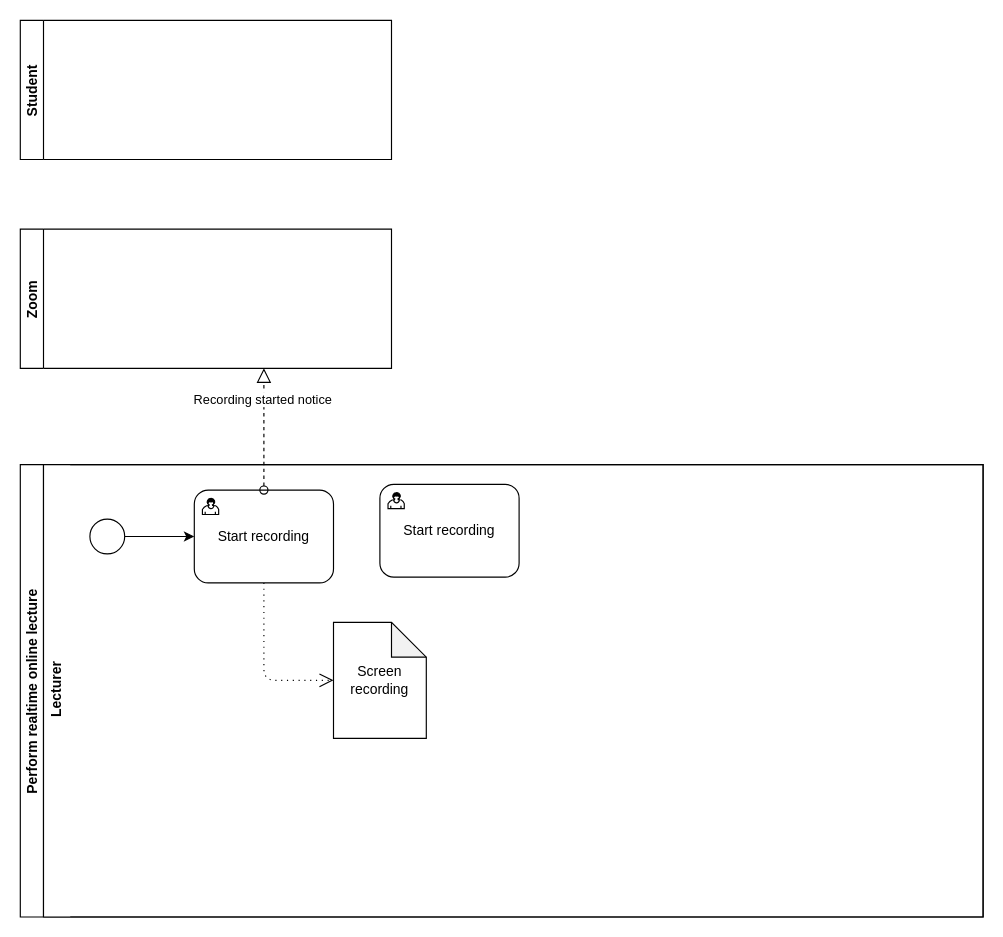
Before: perform_lecture_process_AS_IS.drawio in gullskatten/BPMN-models, a draw.io diagram. Source tidied: cells renumbered, new cells numbered last; positions are measured from the earlier drawing's top-left corner, leaving out a move shared by most shapes. Both pictures are drawn from the tidied source at 116%, with x=0, y=0 at pixel (20, 20).
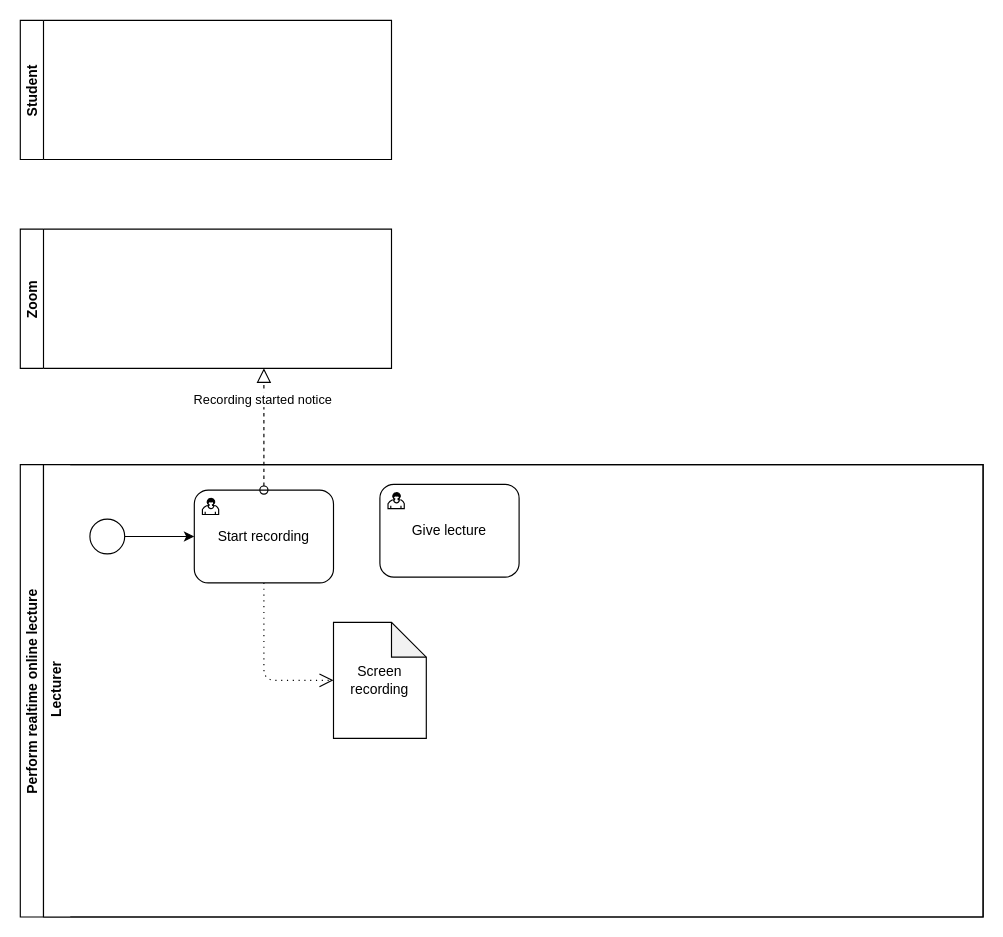
After the change.

What changed in the source:
```diff
@@
 <mxGraphModel background="#ffffff">
   <root>
     <mxCell id="0" />
     <mxCell id="1" parent="0" />
     <mxCell id="2" value="Student" style="swimlane;startSize=20;horizontal=0;" parent="1" vertex="1">
       <mxGeometry width="320" height="120" as="geometry" />
     </mxCell>
     <mxCell id="3" value="Zoom" style="swimlane;startSize=20;horizontal=0;" parent="1" vertex="1">
       <mxGeometry y="180" width="320" height="120" as="geometry" />
     </mxCell>
     <mxCell id="4" value="Perform realtime online lecture" style="swimlane;startSize=20;horizontal=0;" parent="1" vertex="1">
       <mxGeometry y="383" width="830" height="390" as="geometry" />
     </mxCell>
     <mxCell id="5" value="Lecturer" style="swimlane;html=1;horizontal=0;swimlaneLine=0;" parent="4" vertex="1">
       <mxGeometry x="20" width="810" height="390" as="geometry" />
     </mxCell>
     <mxCell id="6" value="Start recording" style="html=1;whiteSpace=wrap;rounded=1;" parent="5" vertex="1">
       <mxGeometry x="130" y="22" width="120" height="80" as="geometry" />
     </mxCell>
     <mxCell id="7" style="html=1;shape=mxgraph.bpmn.user_task;" parent="6" vertex="1">
       <mxGeometry width="14" height="14" relative="1" as="geometry">
         <mxPoint x="7" y="7" as="offset" />
       </mxGeometry>
     </mxCell>
     <mxCell id="8" style="edgeStyle=orthogonalEdgeStyle;rounded=0;jettySize=auto;html=1;entryX=0;entryY=0.5;entryDx=0;entryDy=0;" parent="5" edge="1" source="9" target="6">
       <mxGeometry relative="1" as="geometry" />
     </mxCell>
     <mxCell id="9" style="shape=mxgraph.bpmn.shape;html=1;verticalLabelPosition=bottom;labelBackgroundColor=#ffffff;verticalAlign=top;align=center;perimeter=ellipsePerimeter;outlineConnect=0;outline=standard;symbol=general;" parent="5" vertex="1">
       <mxGeometry x="40" y="47" width="30" height="30" as="geometry" />
     </mxCell>
     <mxCell id="10" value="Screen recording" style="shape=note;whiteSpace=wrap;html=1;backgroundOutline=1;darkOpacity=0.05;" parent="5" vertex="1">
       <mxGeometry x="250" y="136" width="80" height="100" as="geometry" />
     </mxCell>
     <mxCell id="11" style="startArrow=none;startFill=0;startSize=7;endArrow=open;endFill=0;endSize=10;dashed=1;html=1;exitX=0.5;exitY=1;exitDx=0;exitDy=0;entryX=0;entryY=0.5;entryDx=0;entryDy=0;entryPerimeter=0;edgeStyle=orthogonalEdgeStyle;dashPattern=1 4;" parent="5" edge="1" source="6" target="10">
       <mxGeometry relative="1" as="geometry" />
     </mxCell>
-    <mxCell id="12" value="Start recording" style="html=1;whiteSpace=wrap;rounded=1;" parent="5" vertex="1">
+    <mxCell id="12" value="Give lecture" style="html=1;whiteSpace=wrap;rounded=1;" parent="5" vertex="1">
       <mxGeometry x="290" y="17" width="120" height="80" as="geometry" />
     </mxCell>
     <mxCell id="13" style="html=1;shape=mxgraph.bpmn.user_task;" parent="12" vertex="1">
       <mxGeometry width="14" height="14" relative="1" as="geometry">
         <mxPoint x="7" y="7" as="offset" />
       </mxGeometry>
     </mxCell>
     <mxCell id="14" style="startArrow=oval;startFill=0;startSize=7;endArrow=block;endFill=0;endSize=10;dashed=1;html=1;exitX=0.5;exitY=0;exitDx=0;exitDy=0;" parent="1" edge="1" source="6">
       <mxGeometry relative="1" as="geometry">
         <mxPoint x="210" y="300" as="targetPoint" />
       </mxGeometry>
     </mxCell>
     <mxCell id="15" value="Recording started notice" style="edgeLabel;html=1;align=center;verticalAlign=middle;" parent="14" vertex="1">
       <mxGeometry x="0.51" y="2" relative="1" as="geometry" />
     </mxCell>
   </root>
 </mxGraphModel>
```
